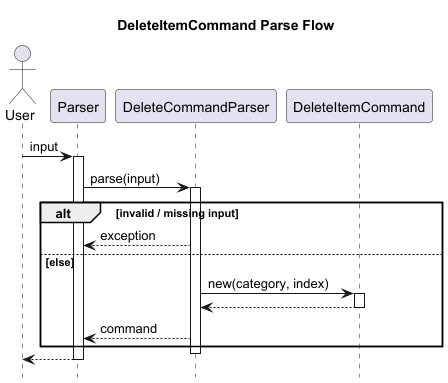
Before: docs/diagrams/sequence/DeleteItemCommandParseFlow.png, a diagram exported from PlantUML (yueyang1111/tp). The source it was exported from:
```plantuml
@startuml
title DeleteItemCommand Parse Flow

hide footbox

actor User
participant Parser
participant DeleteCommandParser
participant DeleteItemCommand

User -> Parser : input
activate Parser

Parser -> DeleteCommandParser : parse(input)
activate DeleteCommandParser

alt invalid / missing input
    DeleteCommandParser --> Parser : exception

else else
    DeleteCommandParser -> DeleteItemCommand : new(category, index)
    activate DeleteItemCommand
    DeleteItemCommand --> DeleteCommandParser
    deactivate DeleteItemCommand

    DeleteCommandParser --> Parser : command
end

deactivate DeleteCommandParser
Parser --> User
deactivate Parser

@enduml
```
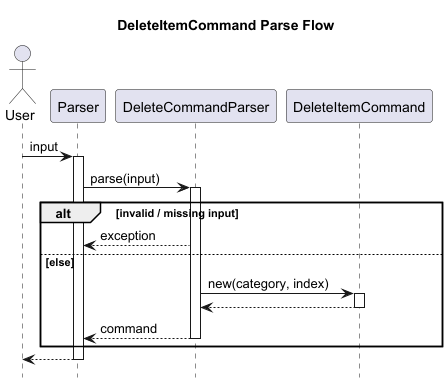
After the commit.

Commit message:
DG & UI Fixes v5 - Fixed Clear Category, Delete Item, Help Command diagrams - Fixed DG - Updated PPP - Fixed Junit

The edit, as a diff of the source:
```diff
@@ -22,11 +22,9 @@
     activate DeleteItemCommand
     DeleteItemCommand --> DeleteCommandParser
     deactivate DeleteItemCommand
-
     DeleteCommandParser --> Parser : command
+    deactivate DeleteCommandParser
 end
-
-deactivate DeleteCommandParser
 Parser --> User
 deactivate Parser
 
```
